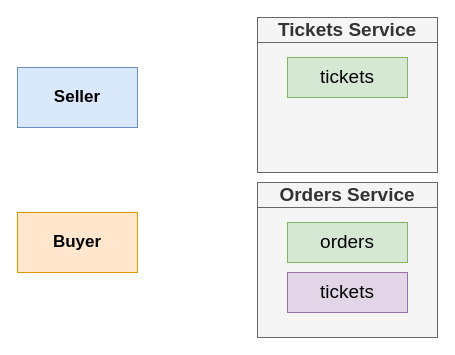
HappySuzuki/microservices-cast keeps this draw.io diagram as page "03 - race" (3 of 9) of diagrams/08/02.drawio. Above is the earlier version. Source tidied: cells renumbered, new cells numbered last; positions are measured from the earlier drawing's top-left corner, leaving out a move shared by most shapes. Both pictures are drawn from the tidied source at 100%, with x=0, y=0 at pixel (17, 17).
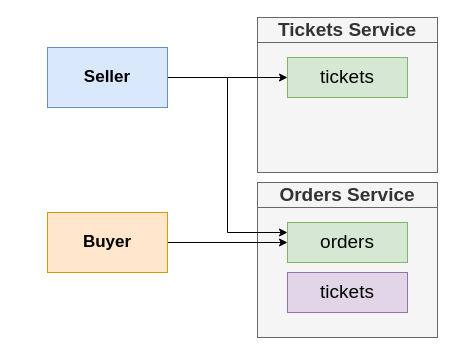
After the change.

Diff of the diagram source:
```diff
@@
 <mxGraphModel>
   <root>
     <mxCell id="0" />
     <mxCell id="1" parent="0" />
     <mxCell id="2" value="Tickets Service" style="rounded=0;whiteSpace=wrap;html=1;fontSize=19;fillColor=#f5f5f5;strokeColor=#666666;fontColor=#333333;fontStyle=1;" parent="1" vertex="1">
       <mxGeometry x="240" width="180" height="25" as="geometry" />
     </mxCell>
     <mxCell id="3" style="rounded=0;whiteSpace=wrap;html=1;fontSize=22;fillColor=#f5f5f5;strokeColor=#666666;fontColor=#333333;fontStyle=1;" parent="1" vertex="1">
       <mxGeometry x="240" y="25" width="180" height="130" as="geometry" />
     </mxCell>
     <mxCell id="4" value="tickets" style="rounded=0;whiteSpace=wrap;html=1;fontSize=19;fillColor=#d5e8d4;strokeColor=#82b366;" parent="1" vertex="1">
       <mxGeometry x="270" y="40" width="120" height="40" as="geometry" />
     </mxCell>
     <mxCell id="5" value="Orders Service" style="rounded=0;whiteSpace=wrap;html=1;fontSize=19;fillColor=#f5f5f5;strokeColor=#666666;fontColor=#333333;fontStyle=1;" parent="1" vertex="1">
       <mxGeometry x="240" y="165" width="180" height="25" as="geometry" />
     </mxCell>
     <mxCell id="6" style="rounded=0;whiteSpace=wrap;html=1;fontSize=22;fillColor=#f5f5f5;strokeColor=#666666;fontColor=#333333;fontStyle=1;" parent="1" vertex="1">
       <mxGeometry x="240" y="190" width="180" height="130" as="geometry" />
     </mxCell>
     <mxCell id="7" value="orders" style="rounded=0;whiteSpace=wrap;html=1;fontSize=19;fillColor=#d5e8d4;strokeColor=#82b366;" parent="1" vertex="1">
       <mxGeometry x="270" y="205" width="120" height="40" as="geometry" />
     </mxCell>
     <mxCell id="8" value="tickets" style="rounded=0;whiteSpace=wrap;html=1;fontSize=19;fillColor=#e1d5e7;strokeColor=#9673a6;" parent="1" vertex="1">
       <mxGeometry x="270" y="255" width="120" height="40" as="geometry" />
     </mxCell>
+    <mxCell id="11" style="edgeStyle=orthogonalEdgeStyle;rounded=0;jettySize=auto;html=1;exitX=1;exitY=0.5;exitDx=0;exitDy=0;fontSize=17;" parent="1" edge="1" source="9" target="4">
+      <mxGeometry relative="1" as="geometry" />
+    </mxCell>
+    <mxCell id="12" style="edgeStyle=orthogonalEdgeStyle;rounded=0;jettySize=auto;html=1;exitX=1;exitY=0.5;exitDx=0;exitDy=0;entryX=0;entryY=0.25;entryDx=0;entryDy=0;fontSize=17;" parent="1" edge="1" source="9" target="7">
+      <mxGeometry relative="1" as="geometry" />
+    </mxCell>
     <mxCell id="9" value="Seller" style="rounded=0;whiteSpace=wrap;html=1;fontSize=17;fillColor=#dae8fc;strokeColor=#6c8ebf;fontStyle=1;" parent="1" vertex="1">
-      <mxGeometry y="50" width="120" height="60" as="geometry" />
+      <mxGeometry x="30" y="30" width="120" height="60" as="geometry" />
     </mxCell>
+    <mxCell id="13" style="edgeStyle=orthogonalEdgeStyle;rounded=0;jettySize=auto;html=1;exitX=1;exitY=0.5;exitDx=0;exitDy=0;fontSize=17;" parent="1" edge="1" source="10" target="7">
+      <mxGeometry relative="1" as="geometry" />
+    </mxCell>
     <mxCell id="10" value="Buyer" style="rounded=0;whiteSpace=wrap;html=1;fontSize=17;fillColor=#ffe6cc;strokeColor=#d79b00;fontStyle=1;" parent="1" vertex="1">
-      <mxGeometry y="195" width="120" height="60" as="geometry" />
+      <mxGeometry x="30" y="195" width="120" height="60" as="geometry" />
     </mxCell>
   </root>
 </mxGraphModel>
```
